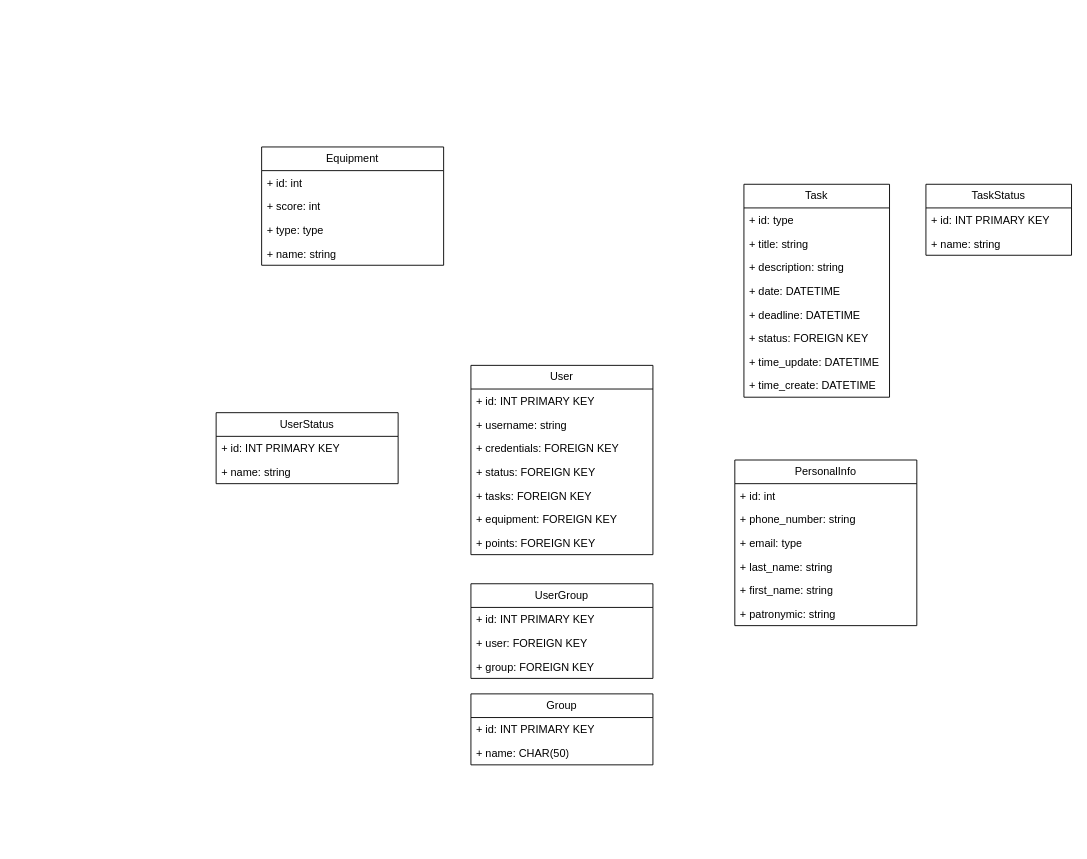
NLShiro/BasedDannye keeps this draw.io diagram as Диаграмма без названия.drawio. Above is the earlier version. Source tidied: cells renumbered, new cells numbered last; positions are measured from the earlier drawing's top-left corner, leaving out a move shared by most shapes. Both pictures are drawn from the tidied source at 91%, with x=0, y=0 at pixel (216, 147).
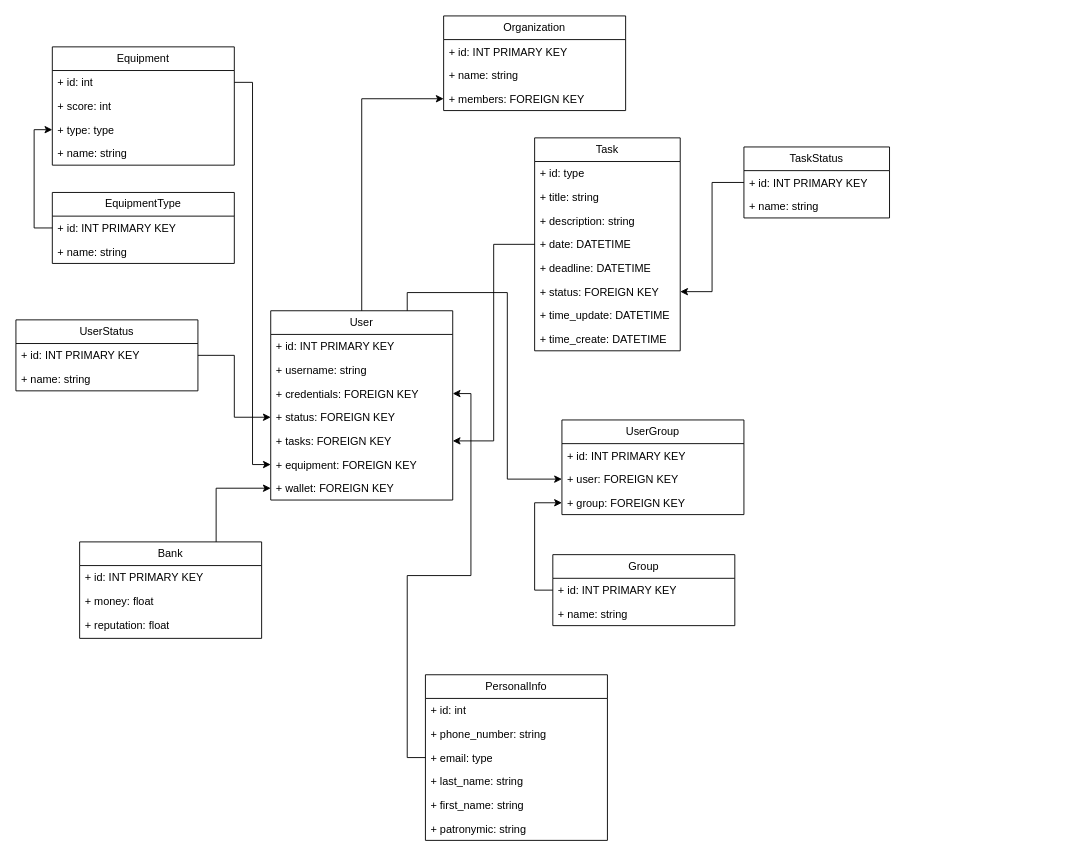
Above is the later version.

Unchanged cells that the change refers to:
```xml
<mxCell id="5" value="+ credentials: FOREIGN KEY" style="text;strokeColor=none;fillColor=none;align=left;verticalAlign=top;spacingLeft=4;spacingRight=4;overflow=hidden;points=[[0,0.5],[1,0.5]];portConstraint=eastwest;whiteSpace=wrap;html=1;" parent="2" vertex="1">
  <mxGeometry y="78" width="200" height="26" as="geometry" />
</mxCell>
<mxCell id="6" value="+ status: FOREIGN KEY" style="text;strokeColor=none;fillColor=none;align=left;verticalAlign=top;spacingLeft=4;spacingRight=4;overflow=hidden;points=[[0,0.5],[1,0.5]];portConstraint=eastwest;whiteSpace=wrap;html=1;" parent="2" vertex="1">
  <mxGeometry y="104" width="200" height="26" as="geometry" />
</mxCell>
<mxCell id="7" value="+ tasks: FOREIGN KEY" style="text;strokeColor=none;fillColor=none;align=left;verticalAlign=top;spacingLeft=4;spacingRight=4;overflow=hidden;points=[[0,0.5],[1,0.5]];portConstraint=eastwest;whiteSpace=wrap;html=1;" parent="2" vertex="1">
  <mxGeometry y="130" width="200" height="26" as="geometry" />
</mxCell>
<mxCell id="8" value="+ equipment: FOREIGN KEY" style="text;strokeColor=none;fillColor=none;align=left;verticalAlign=top;spacingLeft=4;spacingRight=4;overflow=hidden;points=[[0,0.5],[1,0.5]];portConstraint=eastwest;whiteSpace=wrap;html=1;" parent="2" vertex="1">
  <mxGeometry y="156" width="200" height="26" as="geometry" />
</mxCell>
<mxCell id="13" value="+ email: type" style="text;strokeColor=none;fillColor=none;align=left;verticalAlign=top;spacingLeft=4;spacingRight=4;overflow=hidden;points=[[0,0.5],[1,0.5]];portConstraint=eastwest;whiteSpace=wrap;html=1;" parent="10" vertex="1">
  <mxGeometry y="78" width="200" height="26" as="geometry" />
</mxCell>
<mxCell id="18" value="+ id: INT PRIMARY KEY" style="text;strokeColor=none;fillColor=none;align=left;verticalAlign=top;spacingLeft=4;spacingRight=4;overflow=hidden;points=[[0,0.5],[1,0.5]];portConstraint=eastwest;whiteSpace=wrap;html=1;" parent="17" vertex="1">
  <mxGeometry y="26" width="200" height="26" as="geometry" />
</mxCell>
<mxCell id="24" value="+ date: DATETIME" style="text;strokeColor=none;fillColor=none;align=left;verticalAlign=top;spacingLeft=4;spacingRight=4;overflow=hidden;points=[[0,0.5],[1,0.5]];portConstraint=eastwest;whiteSpace=wrap;html=1;" parent="20" vertex="1">
  <mxGeometry y="104" width="160" height="26" as="geometry" />
</mxCell>
<mxCell id="26" value="+ status: FOREIGN KEY" style="text;strokeColor=none;fillColor=none;align=left;verticalAlign=top;spacingLeft=4;spacingRight=4;overflow=hidden;points=[[0,0.5],[1,0.5]];portConstraint=eastwest;whiteSpace=wrap;html=1;" parent="20" vertex="1">
  <mxGeometry y="156" width="160" height="26" as="geometry" />
</mxCell>
<mxCell id="30" value="+ id: INT PRIMARY KEY" style="text;strokeColor=none;fillColor=none;align=left;verticalAlign=top;spacingLeft=4;spacingRight=4;overflow=hidden;points=[[0,0.5],[1,0.5]];portConstraint=eastwest;whiteSpace=wrap;html=1;" parent="29" vertex="1">
  <mxGeometry y="26" width="160" height="26" as="geometry" />
</mxCell>
<mxCell id="33" value="+ id: int" style="text;strokeColor=none;fillColor=none;align=left;verticalAlign=top;spacingLeft=4;spacingRight=4;overflow=hidden;points=[[0,0.5],[1,0.5]];portConstraint=eastwest;whiteSpace=wrap;html=1;" parent="32" vertex="1">
  <mxGeometry y="26" width="200" height="26" as="geometry" />
</mxCell>
<mxCell id="35" value="+ type: type" style="text;strokeColor=none;fillColor=none;align=left;verticalAlign=top;spacingLeft=4;spacingRight=4;overflow=hidden;points=[[0,0.5],[1,0.5]];portConstraint=eastwest;whiteSpace=wrap;html=1;" parent="32" vertex="1">
  <mxGeometry y="78" width="200" height="26" as="geometry" />
</mxCell>
<mxCell id="39" value="+ user: FOREIGN KEY" style="text;strokeColor=none;fillColor=none;align=left;verticalAlign=top;spacingLeft=4;spacingRight=4;overflow=hidden;points=[[0,0.5],[1,0.5]];portConstraint=eastwest;whiteSpace=wrap;html=1;" parent="37" vertex="1">
  <mxGeometry y="52" width="200" height="26" as="geometry" />
</mxCell>
<mxCell id="40" value="+ group: FOREIGN KEY" style="text;strokeColor=none;fillColor=none;align=left;verticalAlign=top;spacingLeft=4;spacingRight=4;overflow=hidden;points=[[0,0.5],[1,0.5]];portConstraint=eastwest;whiteSpace=wrap;html=1;" parent="37" vertex="1">
  <mxGeometry y="78" width="200" height="26" as="geometry" />
</mxCell>
<mxCell id="42" value="+ id: INT PRIMARY KEY" style="text;strokeColor=none;fillColor=none;align=left;verticalAlign=top;spacingLeft=4;spacingRight=4;overflow=hidden;points=[[0,0.5],[1,0.5]];portConstraint=eastwest;whiteSpace=wrap;html=1;" parent="41" vertex="1">
  <mxGeometry y="26" width="200" height="26" as="geometry" />
</mxCell>
```

Diff of the diagram source:
```diff
@@
+    <mxCell id="44" style="edgeStyle=orthogonalEdgeStyle;rounded=0;jettySize=auto;html=1;exitX=0.75;exitY=0;exitDx=0;exitDy=0;entryX=0;entryY=0.5;entryDx=0;entryDy=0;" parent="1" edge="1" source="2" target="39">
+      <mxGeometry relative="1" as="geometry" />
+    </mxCell>
+    <mxCell id="45" style="edgeStyle=orthogonalEdgeStyle;rounded=0;jettySize=auto;html=1;exitX=0.5;exitY=0;exitDx=0;exitDy=0;entryX=0;entryY=0.5;entryDx=0;entryDy=0;" parent="1" edge="1" source="2" target="49">
+      <mxGeometry relative="1" as="geometry" />
+    </mxCell>
     <mxCell id="2" value="User" style="swimlane;fontStyle=0;horizontal=1;startSize=26;fillColor=none;whiteSpace=wrap;html=1;" parent="1" vertex="1">
-      <mxGeometry x="280" y="240" width="200" height="208" as="geometry" />
+      <mxGeometry x="60" y="180" width="200" height="208" as="geometry" />
     </mxCell>
@@
-    <mxCell id="9" value="+ points: FOREIGN KEY" style="text;strokeColor=none;fillColor=none;align=left;verticalAlign=top;spacingLeft=4;spacingRight=4;overflow=hidden;points=[[0,0.5],[1,0.5]];portConstraint=eastwest;whiteSpace=wrap;html=1;" parent="2" vertex="1">
+    <mxCell id="9" value="+ wallet: FOREIGN KEY" style="text;strokeColor=none;fillColor=none;align=left;verticalAlign=top;spacingLeft=4;spacingRight=4;overflow=hidden;points=[[0,0.5],[1,0.5]];portConstraint=eastwest;whiteSpace=wrap;html=1;" parent="2" vertex="1">
       <mxGeometry y="182" width="200" height="26" as="geometry" />
     </mxCell>
     <mxCell id="10" value="PersonalInfo" style="swimlane;fontStyle=0;horizontal=1;startSize=26;fillColor=none;whiteSpace=wrap;html=1;" parent="1" vertex="1">
-      <mxGeometry x="570" y="344" width="200" height="182" as="geometry" />
+      <mxGeometry x="230" y="580" width="200" height="182" as="geometry" />
     </mxCell>
@@
     <mxCell id="17" value="UserStatus" style="swimlane;fontStyle=0;horizontal=1;startSize=26;fillColor=none;whiteSpace=wrap;html=1;" parent="1" vertex="1">
-      <mxGeometry y="292" width="200" height="78" as="geometry" />
+      <mxGeometry x="-220" y="190" width="200" height="78" as="geometry" />
     </mxCell>
@@
     <mxCell id="20" value="Task" style="swimlane;fontStyle=0;horizontal=1;startSize=26;fillColor=none;whiteSpace=wrap;html=1;" parent="1" vertex="1">
-      <mxGeometry x="580" y="41" width="160" height="234" as="geometry" />
+      <mxGeometry x="350" y="-10" width="160" height="234" as="geometry" />
     </mxCell>
@@
     <mxCell id="29" value="TaskStatus" style="swimlane;fontStyle=0;horizontal=1;startSize=26;fillColor=none;whiteSpace=wrap;html=1;" parent="1" vertex="1">
-      <mxGeometry x="780" y="41" width="160" height="78" as="geometry" />
+      <mxGeometry x="580" width="160" height="78" as="geometry" />
     </mxCell>
@@
     <mxCell id="32" value="Equipment" style="swimlane;fontStyle=0;horizontal=1;startSize=26;fillColor=none;whiteSpace=wrap;html=1;" parent="1" vertex="1">
-      <mxGeometry x="50" width="200" height="130" as="geometry" />
+      <mxGeometry x="-180" y="-110" width="200" height="130" as="geometry" />
     </mxCell>
@@
     <mxCell id="37" value="UserGroup" style="swimlane;fontStyle=0;horizontal=1;startSize=26;fillColor=none;whiteSpace=wrap;html=1;" parent="1" vertex="1">
-      <mxGeometry x="280" y="480" width="200" height="104" as="geometry" />
+      <mxGeometry x="380" y="300" width="200" height="104" as="geometry" />
     </mxCell>
@@
     <mxCell id="41" value="Group" style="swimlane;fontStyle=0;horizontal=1;startSize=26;fillColor=none;whiteSpace=wrap;html=1;" parent="1" vertex="1">
-      <mxGeometry x="280" y="601" width="200" height="78" as="geometry" />
+      <mxGeometry x="370" y="448" width="200" height="78" as="geometry" />
     </mxCell>
@@
-    <mxCell id="43" value="+ name: CHAR(50)" style="text;strokeColor=none;fillColor=none;align=left;verticalAlign=top;spacingLeft=4;spacingRight=4;overflow=hidden;whiteSpace=wrap;html=1;" parent="41" vertex="1">
+    <mxCell id="43" value="+ name: string" style="text;strokeColor=none;fillColor=none;align=left;verticalAlign=top;spacingLeft=4;spacingRight=4;overflow=hidden;whiteSpace=wrap;html=1;" parent="41" vertex="1">
       <mxGeometry y="52" width="200" height="26" as="geometry" />
     </mxCell>
+    <mxCell id="46" value="Organization" style="swimlane;fontStyle=0;horizontal=1;startSize=26;fillColor=none;whiteSpace=wrap;html=1;" parent="1" vertex="1">
+      <mxGeometry x="250" y="-144" width="200" height="104" as="geometry" />
+    </mxCell>
+    <mxCell id="47" value="+ id: INT PRIMARY KEY" style="text;strokeColor=none;fillColor=none;align=left;verticalAlign=top;spacingLeft=4;spacingRight=4;overflow=hidden;whiteSpace=wrap;html=1;" parent="46" vertex="1">
+      <mxGeometry y="26" width="200" height="26" as="geometry" />
+    </mxCell>
+    <mxCell id="48" value="+ name: string" style="text;strokeColor=none;fillColor=none;align=left;verticalAlign=top;spacingLeft=4;spacingRight=4;overflow=hidden;whiteSpace=wrap;html=1;" parent="46" vertex="1">
+      <mxGeometry y="52" width="200" height="26" as="geometry" />
+    </mxCell>
+    <mxCell id="49" value="+ members: FOREIGN KEY" style="text;strokeColor=none;fillColor=none;align=left;verticalAlign=top;spacingLeft=4;spacingRight=4;overflow=hidden;points=[[0,0.5],[1,0.5]];portConstraint=eastwest;whiteSpace=wrap;html=1;" parent="46" vertex="1">
+      <mxGeometry y="78" width="200" height="26" as="geometry" />
+    </mxCell>
+    <mxCell id="50" style="edgeStyle=orthogonalEdgeStyle;rounded=0;jettySize=auto;html=1;exitX=0.75;exitY=0;exitDx=0;exitDy=0;entryX=0;entryY=0.5;entryDx=0;entryDy=0;" parent="1" edge="1" source="51" target="9">
+      <mxGeometry relative="1" as="geometry" />
+    </mxCell>
+    <mxCell id="51" value="Bank" style="swimlane;fontStyle=0;horizontal=1;startSize=26;fillColor=none;whiteSpace=wrap;html=1;" parent="1" vertex="1">
+      <mxGeometry x="-150" y="434" width="200" height="106" as="geometry" />
+    </mxCell>
+    <mxCell id="52" value="+ id: INT PRIMARY KEY" style="text;strokeColor=none;fillColor=none;align=left;verticalAlign=top;spacingLeft=4;spacingRight=4;overflow=hidden;whiteSpace=wrap;html=1;" parent="51" vertex="1">
+      <mxGeometry y="26" width="200" height="26" as="geometry" />
+    </mxCell>
+    <mxCell id="53" value="+ money: float" style="text;strokeColor=none;fillColor=none;align=left;verticalAlign=top;spacingLeft=4;spacingRight=4;overflow=hidden;whiteSpace=wrap;html=1;" parent="51" vertex="1">
+      <mxGeometry y="52" width="200" height="26" as="geometry" />
+    </mxCell>
+    <mxCell id="54" value="+ reputation: float" style="text;strokeColor=none;fillColor=none;align=left;verticalAlign=top;spacingLeft=4;spacingRight=4;overflow=hidden;whiteSpace=wrap;html=1;" parent="51" vertex="1">
+      <mxGeometry y="78" width="200" height="28" as="geometry" />
+    </mxCell>
+    <mxCell id="55" value="EquipmentType" style="swimlane;fontStyle=0;horizontal=1;startSize=26;fillColor=none;whiteSpace=wrap;html=1;" parent="1" vertex="1">
+      <mxGeometry x="-180" y="50" width="200" height="78" as="geometry" />
+    </mxCell>
+    <mxCell id="56" value="+ id: INT PRIMARY KEY" style="text;strokeColor=none;fillColor=none;align=left;verticalAlign=top;spacingLeft=4;spacingRight=4;overflow=hidden;points=[[0,0.5],[1,0.5]];portConstraint=eastwest;whiteSpace=wrap;html=1;" parent="55" vertex="1">
+      <mxGeometry y="26" width="200" height="26" as="geometry" />
+    </mxCell>
+    <mxCell id="57" value="+ name: string" style="text;strokeColor=none;fillColor=none;align=left;verticalAlign=top;spacingLeft=4;spacingRight=4;overflow=hidden;whiteSpace=wrap;html=1;" parent="55" vertex="1">
+      <mxGeometry y="52" width="200" height="26" as="geometry" />
+    </mxCell>
+    <mxCell id="58" style="edgeStyle=orthogonalEdgeStyle;rounded=0;jettySize=auto;html=1;exitX=1;exitY=0.5;exitDx=0;exitDy=0;entryX=0;entryY=0.5;entryDx=0;entryDy=0;" parent="1" edge="1" source="18" target="6">
+      <mxGeometry relative="1" as="geometry" />
+    </mxCell>
+    <mxCell id="59" style="edgeStyle=orthogonalEdgeStyle;rounded=0;jettySize=auto;html=1;exitX=0;exitY=0.5;exitDx=0;exitDy=0;entryX=1;entryY=0.5;entryDx=0;entryDy=0;" parent="1" edge="1" source="30" target="26">
+      <mxGeometry relative="1" as="geometry" />
+    </mxCell>
+    <mxCell id="60" style="edgeStyle=orthogonalEdgeStyle;rounded=0;jettySize=auto;html=1;exitX=0;exitY=0.5;exitDx=0;exitDy=0;entryX=1;entryY=0.5;entryDx=0;entryDy=0;" parent="1" edge="1" source="24" target="7">
+      <mxGeometry relative="1" as="geometry" />
+    </mxCell>
+    <mxCell id="61" style="edgeStyle=orthogonalEdgeStyle;rounded=0;jettySize=auto;html=1;exitX=0;exitY=0.5;exitDx=0;exitDy=0;entryX=1;entryY=0.5;entryDx=0;entryDy=0;" parent="1" edge="1" source="13" target="5">
+      <mxGeometry relative="1" as="geometry" />
+    </mxCell>
+    <mxCell id="62" style="edgeStyle=orthogonalEdgeStyle;rounded=0;jettySize=auto;html=1;exitX=0;exitY=0.5;exitDx=0;exitDy=0;entryX=0;entryY=0.5;entryDx=0;entryDy=0;" parent="1" edge="1" source="42" target="40">
+      <mxGeometry relative="1" as="geometry" />
+    </mxCell>
+    <mxCell id="63" style="edgeStyle=orthogonalEdgeStyle;rounded=0;jettySize=auto;html=1;exitX=1;exitY=0.5;exitDx=0;exitDy=0;entryX=0;entryY=0.5;entryDx=0;entryDy=0;" parent="1" edge="1" source="33" target="8">
+      <mxGeometry relative="1" as="geometry" />
+    </mxCell>
+    <mxCell id="64" style="edgeStyle=orthogonalEdgeStyle;rounded=0;jettySize=auto;html=1;exitX=0;exitY=0.5;exitDx=0;exitDy=0;entryX=0;entryY=0.5;entryDx=0;entryDy=0;" parent="1" edge="1" source="56" target="35">
+      <mxGeometry relative="1" as="geometry" />
+    </mxCell>
```
